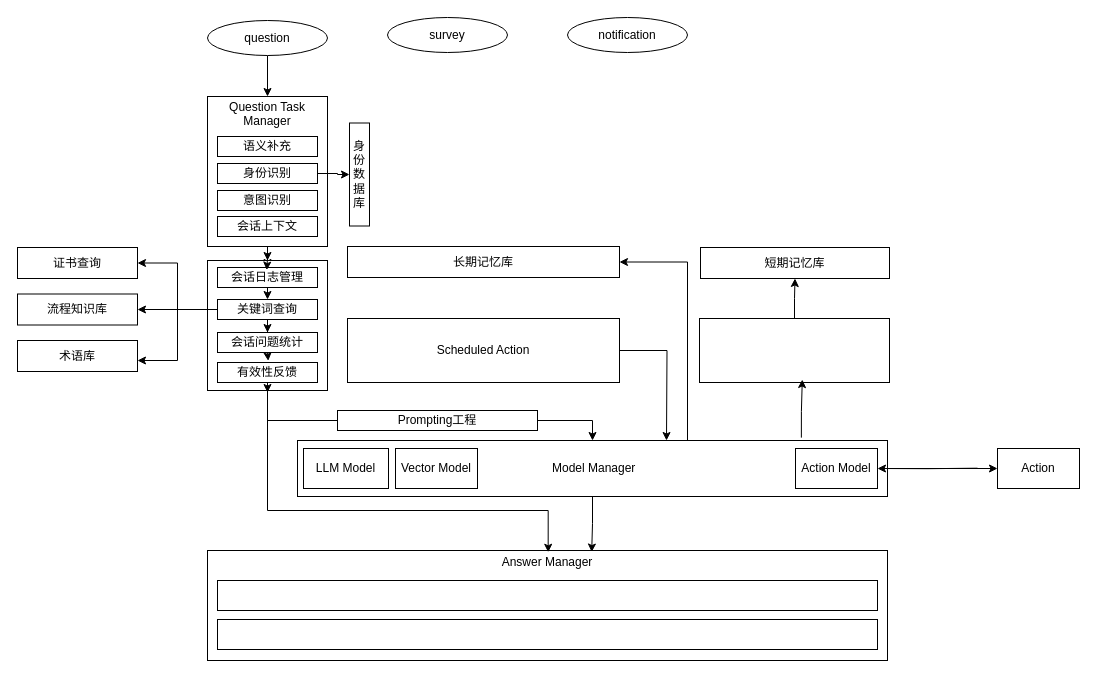
rensx5514/4Muria keeps this draw.io diagram as oceanstorsec.drawio. Above is the earlier version. Source tidied: cells renumbered, new cells numbered last; positions are measured from the earlier drawing's top-left corner, leaving out a move shared by most shapes. Both pictures are drawn from the tidied source at 100%, with x=0, y=0 at pixel (17, 17).
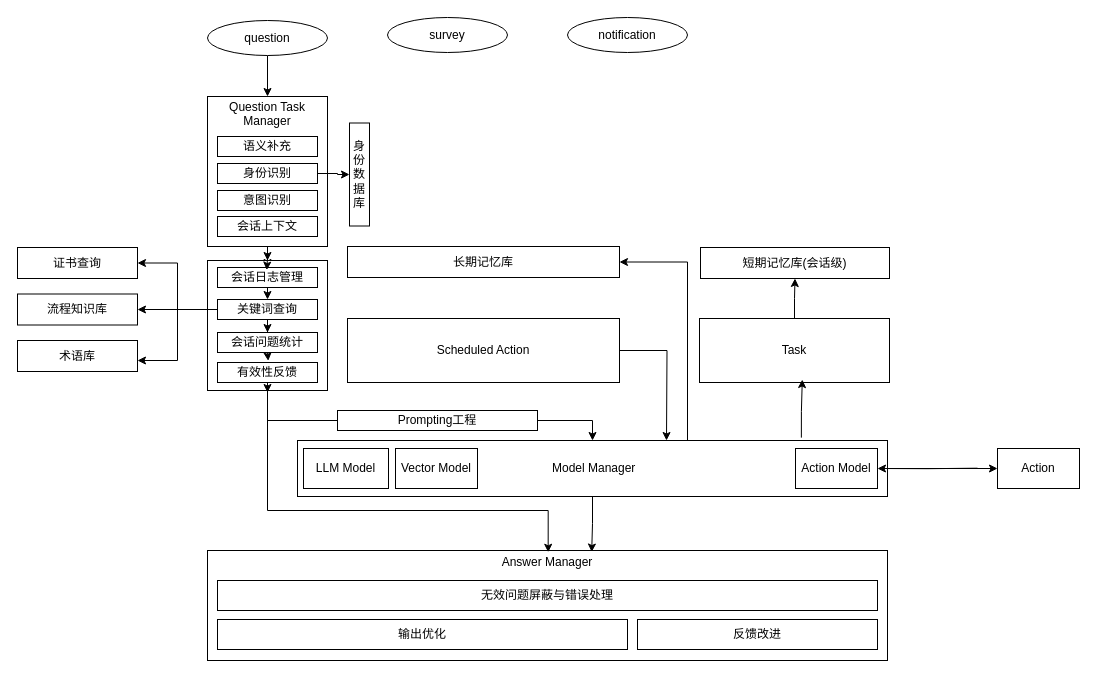
Above is the later version.

What changed in the source:
```diff
@@
-    <mxCell id="44" style="rounded=0;whiteSpace=wrap;html=1;" parent="1" vertex="1">
+    <mxCell id="44" value="Task" style="rounded=0;whiteSpace=wrap;html=1;" parent="1" vertex="1">
       <mxGeometry x="682" y="301" width="190" height="64" as="geometry" />
     </mxCell>
@@
-    <mxCell id="46" style="rounded=0;whiteSpace=wrap;html=1;" parent="1" vertex="1">
+    <mxCell id="46" value="无效问题屏蔽与错误处理" style="rounded=0;whiteSpace=wrap;html=1;" parent="1" vertex="1">
       <mxGeometry x="200" y="563" width="660" height="30" as="geometry" />
     </mxCell>
-    <mxCell id="47" style="rounded=0;whiteSpace=wrap;html=1;" parent="1" vertex="1">
-      <mxGeometry x="200" y="602" width="660" height="30" as="geometry" />
+    <mxCell id="47" value="输出优化" style="rounded=0;whiteSpace=wrap;html=1;" parent="1" vertex="1">
+      <mxGeometry x="200" y="602" width="410" height="30" as="geometry" />
     </mxCell>
-    <mxCell id="48" value="短期记忆库" style="rounded=0;whiteSpace=wrap;html=1;" parent="1" vertex="1">
+    <mxCell id="48" value="短期记忆库(会话级)" style="rounded=0;whiteSpace=wrap;html=1;" parent="1" vertex="1">
       <mxGeometry x="683" y="230" width="189" height="31" as="geometry" />
     </mxCell>
@@
+    <mxCell id="53" value="反馈改进" style="rounded=0;whiteSpace=wrap;html=1;" parent="1" vertex="1">
+      <mxGeometry x="620" y="602" width="240" height="30" as="geometry" />
+    </mxCell>
```
